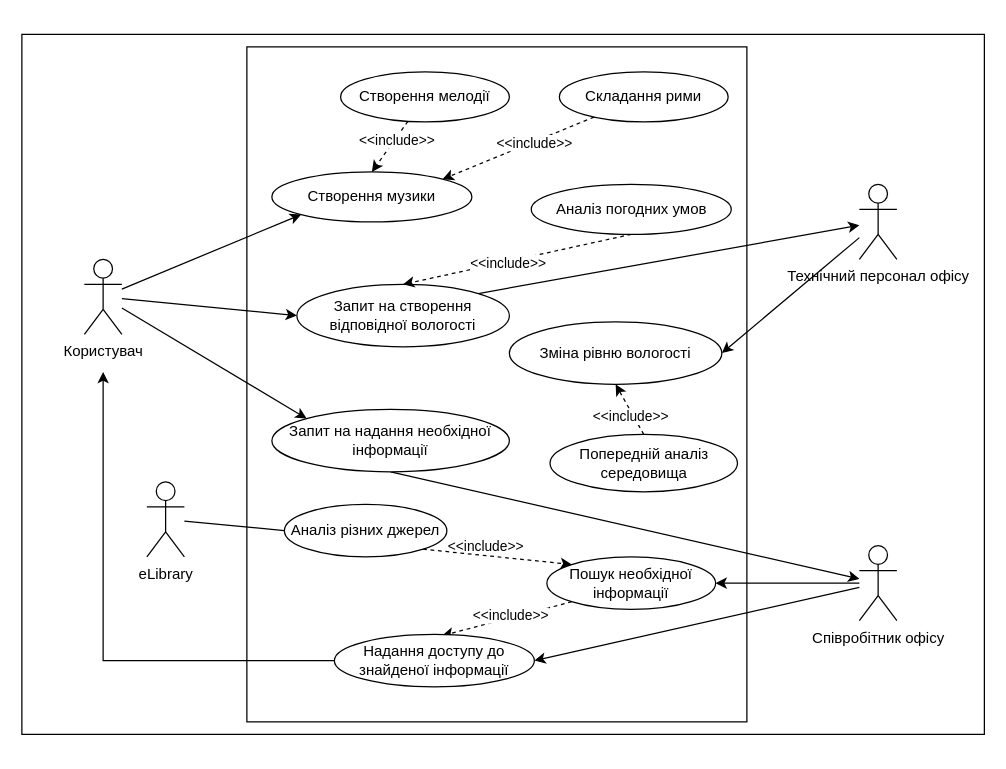
Before: SoftwareRequirements/1.3-SoftwareUserRequirements/1.3.3-UseCaseDiagram/UseCaseDiagram.drawio in oleksandrblazhko/ai-216-semerenko, a draw.io diagram. Source tidied: cells renumbered, new cells numbered last; positions are measured from the earlier drawing's top-left corner, leaving out a move shared by most shapes. Both pictures are drawn from the tidied source at 125%, with x=0, y=0 at pixel (21, 34).
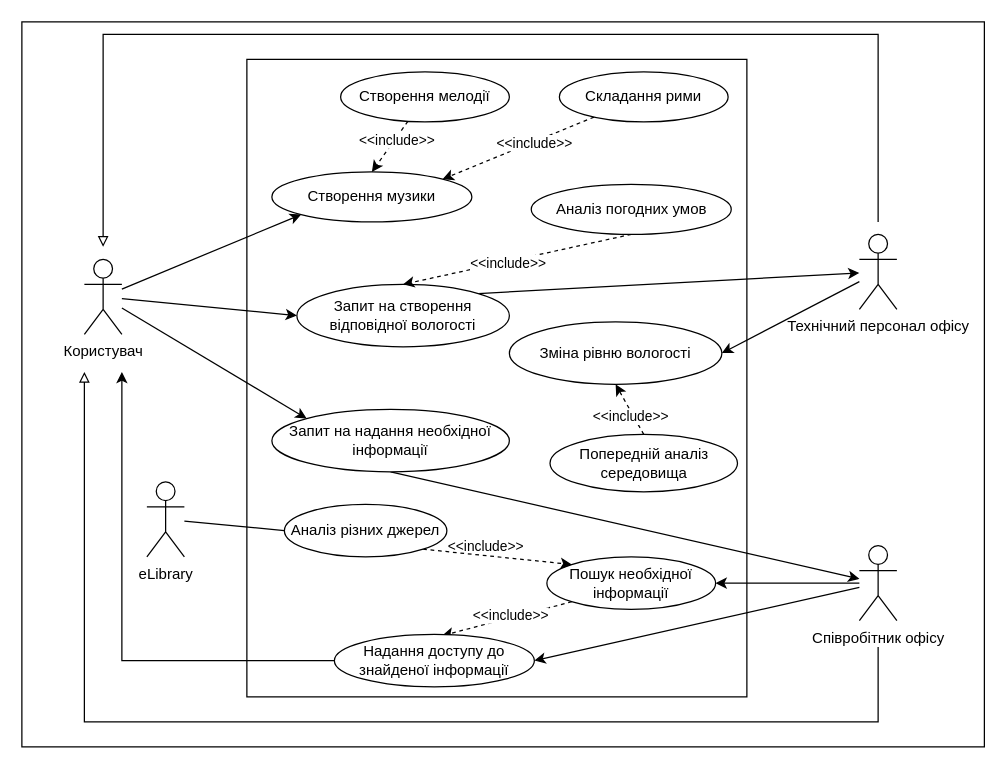
The same page after the edit.

Unchanged cells that the change refers to:
```xml
<mxCell id="31" value="Надання доступу до знайденої інформації&lt;span id=&quot;docs-internal-guid-c57abb48-7fff-8af7-19ce-6c347189a080&quot;&gt;&lt;/span&gt;" style="ellipse;whiteSpace=wrap;html=1;" parent="1" vertex="1">
  <mxGeometry x="250" y="480" width="160" height="42" as="geometry" />
</mxCell>
```

Change to the diagram source:
```diff
@@
     <mxCell id="2" style="rounded=0;whiteSpace=wrap;html=1;" parent="1" vertex="1">
-      <mxGeometry width="770" height="560" as="geometry" />
+      <mxGeometry y="-10" width="770" height="580" as="geometry" />
     </mxCell>
     <mxCell id="3" style="rounded=0;whiteSpace=wrap;html=1;" parent="1" vertex="1">
-      <mxGeometry x="180" y="10" width="400" height="540" as="geometry" />
+      <mxGeometry x="180" y="20" width="400" height="510" as="geometry" />
     </mxCell>
@@
+    <mxCell id="41" style="edgeStyle=orthogonalEdgeStyle;rounded=0;orthogonalLoop=1;jettySize=auto;html=1;endArrow=block;endFill=0;" parent="1" edge="1">
+      <mxGeometry relative="1" as="geometry">
+        <mxPoint x="685" y="150" as="sourcePoint" />
+        <mxPoint x="65" y="170" as="targetPoint" />
+        <Array as="points">
+          <mxPoint x="685" />
+          <mxPoint x="65" />
+        </Array>
+      </mxGeometry>
+    </mxCell>
     <mxCell id="14" value="Технічний персонал офісу" style="shape=umlActor;verticalLabelPosition=bottom;verticalAlign=top;html=1;outlineConnect=0;" parent="1" vertex="1">
-      <mxGeometry x="670" y="120" width="30" height="60" as="geometry" />
+      <mxGeometry x="670" y="160" width="30" height="60" as="geometry" />
     </mxCell>
@@
+    <mxCell id="42" style="edgeStyle=orthogonalEdgeStyle;rounded=0;orthogonalLoop=1;jettySize=auto;html=1;endArrow=block;endFill=0;" parent="1" edge="1">
+      <mxGeometry relative="1" as="geometry">
+        <mxPoint x="685" y="490" as="sourcePoint" />
+        <mxPoint x="50" y="270" as="targetPoint" />
+        <Array as="points">
+          <mxPoint x="685" y="550" />
+          <mxPoint x="50" y="550" />
+          <mxPoint x="50" y="280" />
+        </Array>
+      </mxGeometry>
+    </mxCell>
@@
     <mxCell id="30" style="edgeStyle=orthogonalEdgeStyle;rounded=0;jettySize=auto;html=1;exitX=0;exitY=0.5;exitDx=0;exitDy=0;" parent="1" edge="1" source="31">
       <mxGeometry relative="1" as="geometry">
-        <mxPoint x="65" y="270" as="targetPoint" />
+        <mxPoint x="80" y="270" as="targetPoint" />
         <Array as="points">
-          <mxPoint x="65" y="501" />
+          <mxPoint x="80" y="501" />
+          <mxPoint x="80" y="270" />
         </Array>
       </mxGeometry>
     </mxCell>
```
